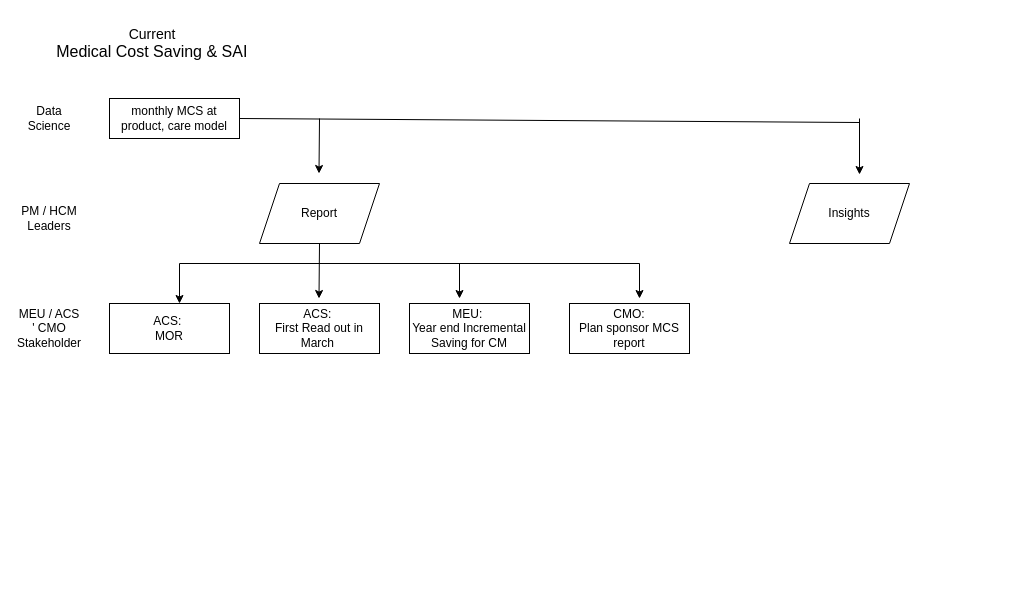
Above: CP_Medical_saving_flow_chart.drawio in miaow27/miaow27 (draw.io), before the change. Source tidied: cells renumbered, new cells numbered last; positions are measured from the earlier drawing's top-left corner, leaving out a move shared by most shapes. Both pictures are drawn from the tidied source at 100%, with x=0, y=0 at pixel (19, 28).
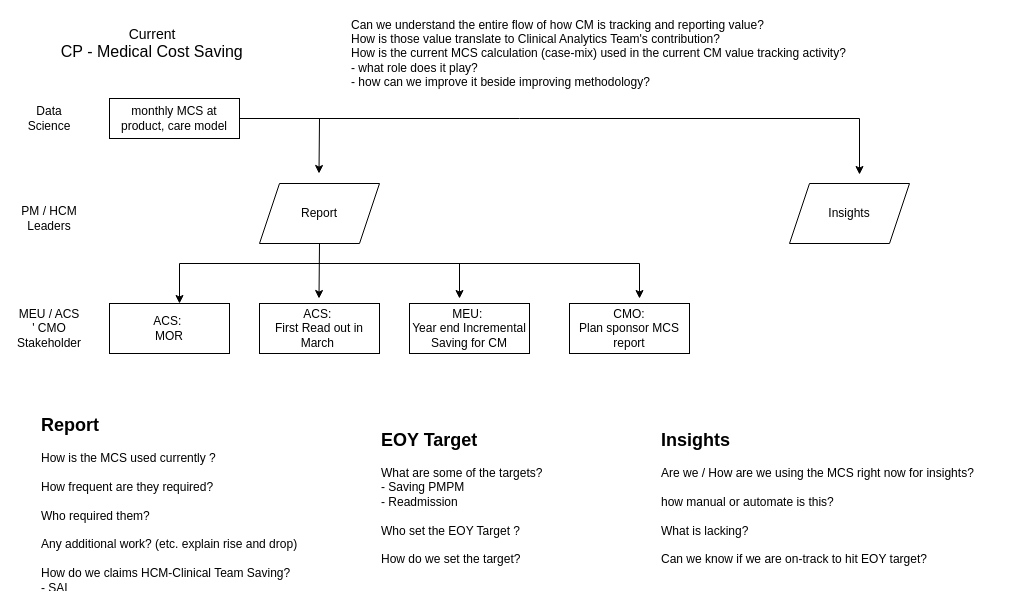
After the change.

Unchanged cells that the change refers to:
```xml
<mxCell id="6" value="monthly MCS at product, care model" style="rounded=0;whiteSpace=wrap;html=1;" parent="1" vertex="1">
  <mxGeometry x="90" y="70" width="130" height="40" as="geometry" />
</mxCell>
```

Diff of the diagram source:
```diff
@@
-    <mxCell id="2" value="&lt;font style=&quot;font-size: 14px;&quot;&gt;Current&amp;nbsp;&lt;/font&gt;&lt;div&gt;&lt;font size=&quot;3&quot;&gt;Medical Cost Saving &amp;amp; SAI&amp;nbsp;&lt;/font&gt;&lt;/div&gt;" style="text;html=1;align=center;verticalAlign=middle;whiteSpace=wrap;rounded=0;" parent="1" vertex="1">
+    <mxCell id="2" value="&lt;font style=&quot;font-size: 14px;&quot;&gt;Current&amp;nbsp;&lt;/font&gt;&lt;div&gt;&lt;font size=&quot;3&quot;&gt;CP -&amp;nbsp;&lt;/font&gt;&lt;span style=&quot;font-size: medium;&quot;&gt;Medical Cost Saving&amp;nbsp;&lt;/span&gt;&lt;/div&gt;" style="text;html=1;align=center;verticalAlign=middle;whiteSpace=wrap;rounded=0;" parent="1" vertex="1">
       <mxGeometry x="10" width="250" height="30" as="geometry" />
     </mxCell>
@@
     <mxCell id="20" style="endArrow=none;html=1;rounded=0;exitX=1;exitY=0.5;exitDx=0;exitDy=0;" parent="1" edge="1" source="6">
       <mxGeometry relative="1" as="geometry">
-        <mxPoint x="840" y="94" as="targetPoint" />
+        <mxPoint x="840" y="90" as="targetPoint" />
+        <Array as="points">
+          <mxPoint x="500" y="90" />
+        </Array>
       </mxGeometry>
     </mxCell>
+    <mxCell id="21" value="&lt;font style=&quot;font-size: 18px;&quot;&gt;&lt;b&gt;Report&lt;/b&gt;&lt;/font&gt;&amp;nbsp;&lt;div&gt;&lt;br&gt;&lt;/div&gt;&lt;div&gt;How is the MCS used currently ?&amp;nbsp;&lt;div&gt;&lt;br&gt;&lt;/div&gt;&lt;div&gt;How frequent are they required?&amp;nbsp;&lt;/div&gt;&lt;div&gt;&lt;br&gt;&lt;/div&gt;&lt;div&gt;Who required them?&amp;nbsp;&lt;/div&gt;&lt;div&gt;&lt;br&gt;&lt;/div&gt;&lt;div&gt;Any additional work? (etc. explain rise and drop)&lt;/div&gt;&lt;/div&gt;&lt;div&gt;&lt;br&gt;&lt;/div&gt;&lt;div&gt;How do we claims HCM-Clinical Team Saving?&lt;/div&gt;&lt;div&gt;- SAI&lt;/div&gt;" style="text;html=1;whiteSpace=wrap;overflow=hidden;rounded=0;" parent="1" vertex="1">
+      <mxGeometry x="20" y="380" width="360" height="180" as="geometry" />
+    </mxCell>
+    <mxCell id="22" value="&lt;b&gt;&lt;font style=&quot;font-size: 18px;&quot;&gt;Insights&lt;/font&gt;&amp;nbsp;&lt;/b&gt;&lt;div&gt;&lt;br&gt;&lt;/div&gt;&lt;div&gt;Are we / How are we using the MCS right now for insights?&amp;nbsp;&lt;/div&gt;&lt;div&gt;&lt;br&gt;&lt;/div&gt;&lt;div&gt;how manual or automate is this?&amp;nbsp;&lt;/div&gt;&lt;div&gt;&lt;br&gt;&lt;/div&gt;&lt;div&gt;What is lacking?&amp;nbsp;&lt;/div&gt;&lt;div&gt;&lt;br&gt;&lt;/div&gt;&lt;div&gt;Can we know if we are on-track to hit EOY target?&lt;/div&gt;" style="text;html=1;whiteSpace=wrap;overflow=hidden;rounded=0;" parent="1" vertex="1">
+      <mxGeometry x="640" y="395" width="360" height="150" as="geometry" />
+    </mxCell>
+    <mxCell id="23" value="&lt;b&gt;&lt;font style=&quot;font-size: 18px;&quot;&gt;EOY Target&lt;/font&gt;&amp;nbsp;&lt;/b&gt;&lt;div&gt;&lt;br&gt;&lt;/div&gt;&lt;div&gt;What are some of the targets?&amp;nbsp;&lt;/div&gt;&lt;div&gt;- Saving PMPM&lt;/div&gt;&lt;div&gt;- Readmission&amp;nbsp;&lt;/div&gt;&lt;div&gt;&lt;br&gt;&lt;/div&gt;&lt;div&gt;Who set the EOY Target ?&amp;nbsp;&lt;/div&gt;&lt;div&gt;&lt;br&gt;&lt;/div&gt;&lt;div&gt;How do we set the target?&amp;nbsp;&lt;/div&gt;" style="text;html=1;whiteSpace=wrap;overflow=hidden;rounded=0;" parent="1" vertex="1">
+      <mxGeometry x="360" y="395" width="200" height="150" as="geometry" />
+    </mxCell>
+    <mxCell id="24" value="&lt;div&gt;Can we understand the entire flow of how CM is tracking and reporting value?&lt;/div&gt;&lt;div&gt;How is those value translate to Clinical Analytics Team's contribution?&amp;nbsp;&lt;/div&gt;How is the current MCS calculation (case-mix) used in the current CM value tracking activity?&amp;nbsp;&lt;div&gt;- what role does it play?&amp;nbsp;&lt;/div&gt;&lt;div&gt;- how can we improve it beside improving methodology?&amp;nbsp;&lt;/div&gt;" style="text;html=1;align=left;verticalAlign=middle;whiteSpace=wrap;rounded=0;" parent="1" vertex="1">
+      <mxGeometry x="330" width="540" height="50" as="geometry" />
+    </mxCell>
```
